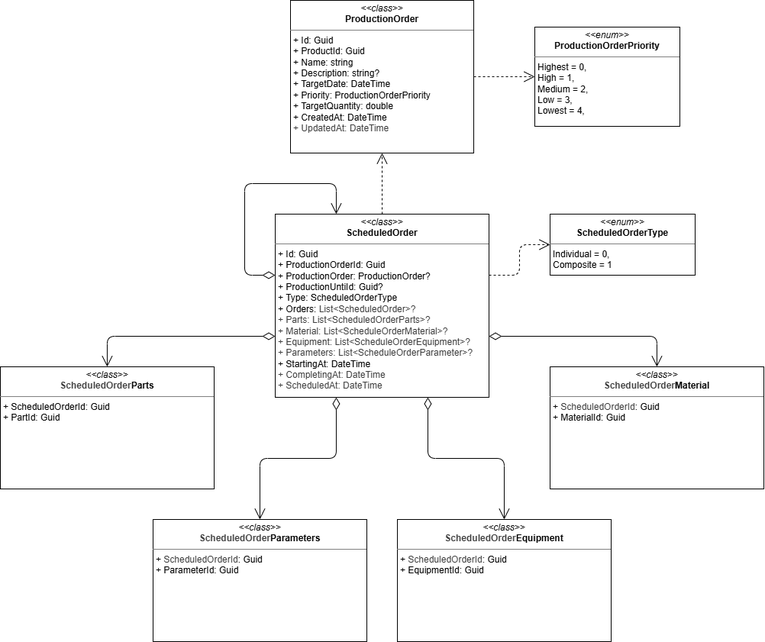
Before: docs/shared/production-management/production-scheduling/domain-cd.drawio.png, a diagram exported from draw.io (Nico1395/mes). Source tidied: cells renumbered, new cells last; positions are measured from the earlier drawing's top-left corner, leaving out a move shared by most shapes.
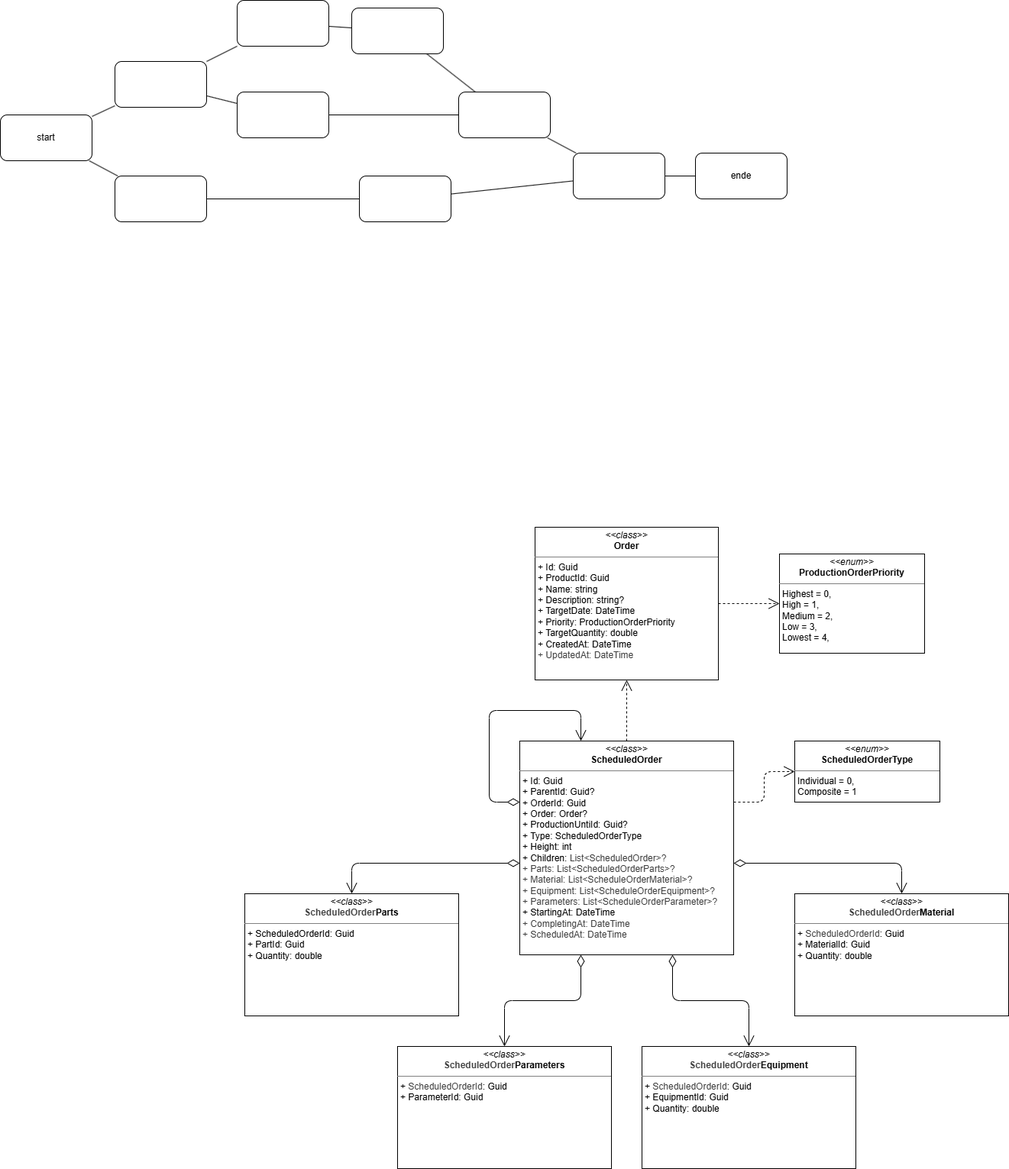
The same diagram one commit later.

The edit, as a diff of the source:
```diff
@@ -2,10 +2,10 @@
   <root>
     <mxCell id="0" />
     <mxCell id="1" parent="0" />
-    <mxCell id="2" value="&lt;p style=&quot;margin:0px;margin-top:4px;text-align:center;&quot;&gt;&lt;i&gt;&amp;lt;&amp;lt;class&amp;gt;&amp;gt;&lt;/i&gt;&lt;br&gt;&lt;b&gt;ScheduledOrder&lt;/b&gt;&lt;/p&gt;&lt;hr size=&quot;1&quot; style=&quot;border-style:solid;&quot;&gt;&lt;p style=&quot;margin:0px;margin-left:4px;&quot;&gt;+ Id: Guid&lt;/p&gt;&lt;p style=&quot;margin:0px;margin-left:4px;&quot;&gt;+ ProductionOrderId: Guid&lt;/p&gt;&lt;p style=&quot;margin:0px;margin-left:4px;&quot;&gt;+ ProductionOrder: ProductionOrder?&lt;/p&gt;&lt;p style=&quot;margin:0px;margin-left:4px;&quot;&gt;+ ProductionUntiId: Guid?&lt;/p&gt;&lt;p style=&quot;margin:0px;margin-left:4px;&quot;&gt;+ Type: ScheduledOrderType&lt;/p&gt;&lt;p style=&quot;margin:0px;margin-left:4px;&quot;&gt;+ Orders:&amp;nbsp;&lt;span style=&quot;color: rgb(63, 63, 63); background-color: transparent;&quot;&gt;List&amp;lt;ScheduledOrder&amp;gt;?&lt;/span&gt;&lt;/p&gt;&lt;p style=&quot;margin:0px;margin-left:4px;&quot;&gt;&lt;span style=&quot;color: rgb(63, 63, 63); background-color: transparent;&quot;&gt;+ Parts: List&amp;lt;ScheduledOrderParts&amp;gt;?&lt;/span&gt;&lt;/p&gt;&lt;p style=&quot;margin:0px;margin-left:4px;&quot;&gt;&lt;span style=&quot;color: rgb(63, 63, 63); background-color: transparent;&quot;&gt;+ Material: List&amp;lt;ScheduleOrderMaterial&amp;gt;?&lt;/span&gt;&lt;/p&gt;&lt;p style=&quot;margin:0px;margin-left:4px;&quot;&gt;&lt;span style=&quot;color: rgb(63, 63, 63); background-color: transparent;&quot;&gt;+ Equipment: List&amp;lt;ScheduleOrderEquipment&amp;gt;?&lt;/span&gt;&lt;/p&gt;&lt;p style=&quot;margin:0px;margin-left:4px;&quot;&gt;&lt;span style=&quot;color: rgb(63, 63, 63); background-color: transparent;&quot;&gt;+ Parameters: List&amp;lt;ScheduleOrderParameter&amp;gt;?&lt;/span&gt;&lt;/p&gt;&lt;p style=&quot;margin:0px;margin-left:4px;&quot;&gt;+ StartingAt: DateTime&lt;/p&gt;&lt;p style=&quot;margin:0px;margin-left:4px;&quot;&gt;&lt;span style=&quot;color: rgb(63, 63, 63); background-color: transparent;&quot;&gt;+ CompletingAt: DateTime&lt;/span&gt;&lt;/p&gt;&lt;p style=&quot;margin:0px;margin-left:4px;&quot;&gt;&lt;span style=&quot;color: rgb(63, 63, 63); background-color: transparent;&quot;&gt;+ ScheduledAt: DateTime&lt;/span&gt;&lt;/p&gt;" style="verticalAlign=top;align=left;overflow=fill;html=1;whiteSpace=wrap;" parent="1" vertex="1">
-      <mxGeometry x="360" y="280" width="280" height="240" as="geometry" />
+    <mxCell id="2" value="&lt;p style=&quot;margin:0px;margin-top:4px;text-align:center;&quot;&gt;&lt;i&gt;&amp;lt;&amp;lt;class&amp;gt;&amp;gt;&lt;/i&gt;&lt;br&gt;&lt;b&gt;ScheduledOrder&lt;/b&gt;&lt;/p&gt;&lt;hr size=&quot;1&quot; style=&quot;border-style:solid;&quot;&gt;&lt;p style=&quot;margin:0px;margin-left:4px;&quot;&gt;+ Id: Guid&lt;/p&gt;&lt;p style=&quot;margin:0px;margin-left:4px;&quot;&gt;+ ParentId: Guid?&lt;/p&gt;&lt;p style=&quot;margin:0px;margin-left:4px;&quot;&gt;+ OrderId: Guid&lt;/p&gt;&lt;p style=&quot;margin:0px;margin-left:4px;&quot;&gt;+ Order: Order?&lt;/p&gt;&lt;p style=&quot;margin:0px;margin-left:4px;&quot;&gt;+ ProductionUntiId: Guid?&lt;/p&gt;&lt;p style=&quot;margin:0px;margin-left:4px;&quot;&gt;+ Type: ScheduledOrderType&lt;/p&gt;&lt;p style=&quot;margin:0px;margin-left:4px;&quot;&gt;+ Height: int&lt;/p&gt;&lt;p style=&quot;margin:0px;margin-left:4px;&quot;&gt;+ Children:&amp;nbsp;&lt;span style=&quot;color: rgb(63, 63, 63); background-color: transparent;&quot;&gt;List&amp;lt;ScheduledOrder&amp;gt;?&lt;/span&gt;&lt;/p&gt;&lt;p style=&quot;margin:0px;margin-left:4px;&quot;&gt;&lt;span style=&quot;color: rgb(63, 63, 63); background-color: transparent;&quot;&gt;+ Parts: List&amp;lt;ScheduledOrderParts&amp;gt;?&lt;/span&gt;&lt;/p&gt;&lt;p style=&quot;margin:0px;margin-left:4px;&quot;&gt;&lt;span style=&quot;color: rgb(63, 63, 63); background-color: transparent;&quot;&gt;+ Material: List&amp;lt;ScheduleOrderMaterial&amp;gt;?&lt;/span&gt;&lt;/p&gt;&lt;p style=&quot;margin:0px;margin-left:4px;&quot;&gt;&lt;span style=&quot;color: rgb(63, 63, 63); background-color: transparent;&quot;&gt;+ Equipment: List&amp;lt;ScheduleOrderEquipment&amp;gt;?&lt;/span&gt;&lt;/p&gt;&lt;p style=&quot;margin:0px;margin-left:4px;&quot;&gt;&lt;span style=&quot;color: rgb(63, 63, 63); background-color: transparent;&quot;&gt;+ Parameters: List&amp;lt;ScheduleOrderParameter&amp;gt;?&lt;/span&gt;&lt;/p&gt;&lt;p style=&quot;margin:0px;margin-left:4px;&quot;&gt;+ StartingAt: DateTime&lt;/p&gt;&lt;p style=&quot;margin:0px;margin-left:4px;&quot;&gt;&lt;span style=&quot;color: rgb(63, 63, 63); background-color: transparent;&quot;&gt;+ CompletingAt: DateTime&lt;/span&gt;&lt;/p&gt;&lt;p style=&quot;margin:0px;margin-left:4px;&quot;&gt;&lt;span style=&quot;color: rgb(63, 63, 63); background-color: transparent;&quot;&gt;+ ScheduledAt: DateTime&lt;/span&gt;&lt;/p&gt;" style="verticalAlign=top;align=left;overflow=fill;html=1;whiteSpace=wrap;" parent="1" vertex="1">
+      <mxGeometry x="360" y="280" width="280" height="280" as="geometry" />
     </mxCell>
-    <mxCell id="3" value="&lt;p style=&quot;margin:0px;margin-top:4px;text-align:center;&quot;&gt;&lt;i&gt;&amp;lt;&amp;lt;class&amp;gt;&amp;gt;&lt;/i&gt;&lt;br&gt;&lt;b&gt;ProductionOrder&lt;/b&gt;&lt;/p&gt;&lt;hr size=&quot;1&quot; style=&quot;border-style:solid;&quot;&gt;&lt;p style=&quot;margin:0px;margin-left:4px;&quot;&gt;+ Id: Guid&lt;br&gt;+ ProductId: Guid&lt;/p&gt;&lt;p style=&quot;margin:0px;margin-left:4px;&quot;&gt;+ Name: string&lt;/p&gt;&lt;p style=&quot;margin:0px;margin-left:4px;&quot;&gt;+ Description: string?&lt;/p&gt;&lt;p style=&quot;margin:0px;margin-left:4px;&quot;&gt;+ TargetDate: DateTime&lt;/p&gt;&lt;p style=&quot;margin:0px;margin-left:4px;&quot;&gt;+ Priority: ProductionOrderPriority&lt;/p&gt;&lt;p style=&quot;margin:0px;margin-left:4px;&quot;&gt;+ TargetQuantity: double&lt;/p&gt;&lt;p style=&quot;margin:0px;margin-left:4px;&quot;&gt;+ CreatedAt: DateTime&lt;/p&gt;&lt;p style=&quot;margin:0px;margin-left:4px;&quot;&gt;&lt;span style=&quot;color: rgb(63, 63, 63); background-color: transparent;&quot;&gt;+ UpdatedAt: DateTime&lt;/span&gt;&lt;/p&gt;" style="verticalAlign=top;align=left;overflow=fill;html=1;whiteSpace=wrap;" parent="1" vertex="1">
+    <mxCell id="3" value="&lt;p style=&quot;margin:0px;margin-top:4px;text-align:center;&quot;&gt;&lt;i&gt;&amp;lt;&amp;lt;class&amp;gt;&amp;gt;&lt;/i&gt;&lt;br&gt;&lt;b&gt;Order&lt;/b&gt;&lt;/p&gt;&lt;hr size=&quot;1&quot; style=&quot;border-style:solid;&quot;&gt;&lt;p style=&quot;margin:0px;margin-left:4px;&quot;&gt;+ Id: Guid&lt;br&gt;+ ProductId: Guid&lt;/p&gt;&lt;p style=&quot;margin:0px;margin-left:4px;&quot;&gt;+ Name: string&lt;/p&gt;&lt;p style=&quot;margin:0px;margin-left:4px;&quot;&gt;+ Description: string?&lt;/p&gt;&lt;p style=&quot;margin:0px;margin-left:4px;&quot;&gt;+ TargetDate: DateTime&lt;/p&gt;&lt;p style=&quot;margin:0px;margin-left:4px;&quot;&gt;+ Priority: ProductionOrderPriority&lt;/p&gt;&lt;p style=&quot;margin:0px;margin-left:4px;&quot;&gt;+ TargetQuantity: double&lt;/p&gt;&lt;p style=&quot;margin:0px;margin-left:4px;&quot;&gt;+ CreatedAt: DateTime&lt;/p&gt;&lt;p style=&quot;margin:0px;margin-left:4px;&quot;&gt;&lt;span style=&quot;color: rgb(63, 63, 63); background-color: transparent;&quot;&gt;+ UpdatedAt: DateTime&lt;/span&gt;&lt;/p&gt;" style="verticalAlign=top;align=left;overflow=fill;html=1;whiteSpace=wrap;" parent="1" vertex="1">
       <mxGeometry x="380" width="240" height="200" as="geometry" />
     </mxCell>
     <mxCell id="4" value="&lt;p style=&quot;margin:0px;margin-top:4px;text-align:center;&quot;&gt;&lt;i&gt;&amp;lt;&amp;lt;enum&amp;gt;&amp;gt;&lt;/i&gt;&lt;br&gt;&lt;b&gt;ProductionOrderPriority&lt;/b&gt;&lt;/p&gt;&lt;hr size=&quot;1&quot; style=&quot;border-style:solid;&quot;&gt;&lt;p style=&quot;margin:0px;margin-left:4px;&quot;&gt;Highest = 0,&lt;/p&gt;&lt;p style=&quot;margin:0px;margin-left:4px;&quot;&gt;High = 1,&lt;/p&gt;&lt;p style=&quot;margin:0px;margin-left:4px;&quot;&gt;Medium = 2,&lt;/p&gt;&lt;p style=&quot;margin:0px;margin-left:4px;&quot;&gt;Low = 3,&lt;/p&gt;&lt;p style=&quot;margin:0px;margin-left:4px;&quot;&gt;Lowest = 4,&lt;/p&gt;" style="verticalAlign=top;align=left;overflow=fill;html=1;whiteSpace=wrap;" parent="1" vertex="1">
@@ -14,13 +14,13 @@
     <mxCell id="5" value="&lt;p style=&quot;margin:0px;margin-top:4px;text-align:center;&quot;&gt;&lt;i&gt;&amp;lt;&amp;lt;enum&amp;gt;&amp;gt;&lt;/i&gt;&lt;br&gt;&lt;b&gt;ScheduledOrderType&lt;/b&gt;&lt;/p&gt;&lt;hr size=&quot;1&quot; style=&quot;border-style:solid;&quot;&gt;&lt;p style=&quot;margin:0px;margin-left:4px;&quot;&gt;Individual = 0,&lt;/p&gt;&lt;p style=&quot;margin:0px;margin-left:4px;&quot;&gt;Composite = 1&lt;/p&gt;" style="verticalAlign=top;align=left;overflow=fill;html=1;whiteSpace=wrap;" parent="1" vertex="1">
       <mxGeometry x="720" y="280" width="190" height="80" as="geometry" />
     </mxCell>
-    <mxCell id="6" value="&lt;p style=&quot;margin:0px;margin-top:4px;text-align:center;&quot;&gt;&lt;i&gt;&amp;lt;&amp;lt;class&amp;gt;&amp;gt;&lt;/i&gt;&lt;br&gt;&lt;b style=&quot;color: rgb(63, 63, 63); scrollbar-color: rgb(226, 226, 226) rgb(251, 251, 251);&quot;&gt;ScheduledOrder&lt;/b&gt;&lt;b&gt;Parts&lt;/b&gt;&lt;/p&gt;&lt;hr size=&quot;1&quot; style=&quot;border-style:solid;&quot;&gt;&lt;p style=&quot;margin:0px;margin-left:4px;&quot;&gt;+ ScheduledOrderId: Guid&lt;/p&gt;&lt;p style=&quot;margin:0px;margin-left:4px;&quot;&gt;+ PartId: Guid&lt;/p&gt;" style="verticalAlign=top;align=left;overflow=fill;html=1;whiteSpace=wrap;" parent="1" vertex="1">
+    <mxCell id="6" value="&lt;p style=&quot;margin:0px;margin-top:4px;text-align:center;&quot;&gt;&lt;i&gt;&amp;lt;&amp;lt;class&amp;gt;&amp;gt;&lt;/i&gt;&lt;br&gt;&lt;b style=&quot;color: rgb(63, 63, 63); scrollbar-color: rgb(226, 226, 226) rgb(251, 251, 251);&quot;&gt;ScheduledOrder&lt;/b&gt;&lt;b&gt;Parts&lt;/b&gt;&lt;/p&gt;&lt;hr size=&quot;1&quot; style=&quot;border-style:solid;&quot;&gt;&lt;p style=&quot;margin:0px;margin-left:4px;&quot;&gt;+ ScheduledOrderId: Guid&lt;/p&gt;&lt;p style=&quot;margin:0px;margin-left:4px;&quot;&gt;+ PartId: Guid&lt;/p&gt;&lt;p style=&quot;margin:0px;margin-left:4px;&quot;&gt;+ Quantity: double&lt;/p&gt;" style="verticalAlign=top;align=left;overflow=fill;html=1;whiteSpace=wrap;" parent="1" vertex="1">
       <mxGeometry y="480" width="280" height="160" as="geometry" />
     </mxCell>
-    <mxCell id="7" value="&lt;p style=&quot;margin:0px;margin-top:4px;text-align:center;&quot;&gt;&lt;i&gt;&amp;lt;&amp;lt;class&amp;gt;&amp;gt;&lt;/i&gt;&lt;br&gt;&lt;b style=&quot;scrollbar-color: rgb(226, 226, 226) rgb(251, 251, 251); color: rgb(63, 63, 63);&quot;&gt;ScheduledOrder&lt;/b&gt;&lt;b&gt;Material&lt;/b&gt;&lt;/p&gt;&lt;hr size=&quot;1&quot; style=&quot;border-style:solid;&quot;&gt;&lt;p style=&quot;margin:0px;margin-left:4px;&quot;&gt;+&amp;nbsp;&lt;span style=&quot;color: rgb(63, 63, 63);&quot;&gt;ScheduledOrderId&lt;/span&gt;: Guid&lt;/p&gt;&lt;p style=&quot;margin:0px;margin-left:4px;&quot;&gt;+ MaterialId: Guid&lt;/p&gt;" style="verticalAlign=top;align=left;overflow=fill;html=1;whiteSpace=wrap;" parent="1" vertex="1">
+    <mxCell id="7" value="&lt;p style=&quot;margin:0px;margin-top:4px;text-align:center;&quot;&gt;&lt;i&gt;&amp;lt;&amp;lt;class&amp;gt;&amp;gt;&lt;/i&gt;&lt;br&gt;&lt;b style=&quot;scrollbar-color: rgb(226, 226, 226) rgb(251, 251, 251); color: rgb(63, 63, 63);&quot;&gt;ScheduledOrder&lt;/b&gt;&lt;b&gt;Material&lt;/b&gt;&lt;/p&gt;&lt;hr size=&quot;1&quot; style=&quot;border-style:solid;&quot;&gt;&lt;p style=&quot;margin:0px;margin-left:4px;&quot;&gt;+&amp;nbsp;&lt;span style=&quot;color: rgb(63, 63, 63);&quot;&gt;ScheduledOrderId&lt;/span&gt;: Guid&lt;/p&gt;&lt;p style=&quot;margin:0px;margin-left:4px;&quot;&gt;+ MaterialId: Guid&lt;/p&gt;&lt;p style=&quot;margin:0px;margin-left:4px;&quot;&gt;+ Quantity: double&lt;/p&gt;" style="verticalAlign=top;align=left;overflow=fill;html=1;whiteSpace=wrap;" parent="1" vertex="1">
       <mxGeometry x="720" y="480" width="280" height="160" as="geometry" />
     </mxCell>
-    <mxCell id="8" value="&lt;p style=&quot;margin:0px;margin-top:4px;text-align:center;&quot;&gt;&lt;i&gt;&amp;lt;&amp;lt;class&amp;gt;&amp;gt;&lt;/i&gt;&lt;br&gt;&lt;b style=&quot;scrollbar-color: rgb(226, 226, 226) rgb(251, 251, 251); color: rgb(63, 63, 63);&quot;&gt;ScheduledOrder&lt;/b&gt;&lt;b&gt;Equipment&lt;/b&gt;&lt;/p&gt;&lt;hr size=&quot;1&quot; style=&quot;border-style:solid;&quot;&gt;&lt;p style=&quot;margin:0px;margin-left:4px;&quot;&gt;+&amp;nbsp;&lt;span style=&quot;color: rgb(63, 63, 63);&quot;&gt;ScheduledOrderId&lt;/span&gt;: Guid&lt;/p&gt;&lt;p style=&quot;margin:0px;margin-left:4px;&quot;&gt;+ EquipmentId: Guid&lt;/p&gt;" style="verticalAlign=top;align=left;overflow=fill;html=1;whiteSpace=wrap;" parent="1" vertex="1">
+    <mxCell id="8" value="&lt;p style=&quot;margin:0px;margin-top:4px;text-align:center;&quot;&gt;&lt;i&gt;&amp;lt;&amp;lt;class&amp;gt;&amp;gt;&lt;/i&gt;&lt;br&gt;&lt;b style=&quot;scrollbar-color: rgb(226, 226, 226) rgb(251, 251, 251); color: rgb(63, 63, 63);&quot;&gt;ScheduledOrder&lt;/b&gt;&lt;b&gt;Equipment&lt;/b&gt;&lt;/p&gt;&lt;hr size=&quot;1&quot; style=&quot;border-style:solid;&quot;&gt;&lt;p style=&quot;margin:0px;margin-left:4px;&quot;&gt;+&amp;nbsp;&lt;span style=&quot;color: rgb(63, 63, 63);&quot;&gt;ScheduledOrderId&lt;/span&gt;: Guid&lt;/p&gt;&lt;p style=&quot;margin:0px;margin-left:4px;&quot;&gt;+ EquipmentId: Guid&lt;/p&gt;&lt;p style=&quot;margin:0px;margin-left:4px;&quot;&gt;+ Quantity: double&lt;/p&gt;" style="verticalAlign=top;align=left;overflow=fill;html=1;whiteSpace=wrap;" parent="1" vertex="1">
       <mxGeometry x="520" y="680" width="280" height="160" as="geometry" />
     </mxCell>
     <mxCell id="9" value="&lt;p style=&quot;margin:0px;margin-top:4px;text-align:center;&quot;&gt;&lt;i&gt;&amp;lt;&amp;lt;class&amp;gt;&amp;gt;&lt;/i&gt;&lt;br&gt;&lt;b style=&quot;scrollbar-color: rgb(226, 226, 226) rgb(251, 251, 251); color: rgb(63, 63, 63);&quot;&gt;ScheduledOrder&lt;/b&gt;&lt;b&gt;Parameters&lt;/b&gt;&lt;/p&gt;&lt;hr size=&quot;1&quot; style=&quot;border-style:solid;&quot;&gt;&lt;p style=&quot;margin:0px;margin-left:4px;&quot;&gt;+&amp;nbsp;&lt;span style=&quot;color: rgb(63, 63, 63);&quot;&gt;ScheduledOrderId&lt;/span&gt;: Guid&lt;/p&gt;&lt;p style=&quot;margin:0px;margin-left:4px;&quot;&gt;+ ParameterId: Guid&lt;/p&gt;" style="verticalAlign=top;align=left;overflow=fill;html=1;whiteSpace=wrap;" parent="1" vertex="1">
@@ -43,16 +43,16 @@
     <mxCell id="12" style="endArrow=open;html=1;endSize=12;startArrow=diamondThin;startSize=14;startFill=0;align=left;verticalAlign=bottom;edgeStyle=orthogonalEdgeStyle;" parent="1" edge="1" source="2" target="9">
       <mxGeometry x="-1" y="3" relative="1" as="geometry">
         <Array as="points">
-          <mxPoint x="440" y="600" />
-          <mxPoint x="340" y="600" />
+          <mxPoint x="440" y="620" />
+          <mxPoint x="340" y="620" />
         </Array>
       </mxGeometry>
     </mxCell>
     <mxCell id="13" style="endArrow=open;html=1;endSize=12;startArrow=diamondThin;startSize=14;startFill=0;align=left;verticalAlign=bottom;edgeStyle=orthogonalEdgeStyle;" parent="1" edge="1" source="2" target="8">
       <mxGeometry x="-1" y="3" relative="1" as="geometry">
         <Array as="points">
-          <mxPoint x="560" y="600" />
-          <mxPoint x="660" y="600" />
+          <mxPoint x="560" y="620" />
+          <mxPoint x="660" y="620" />
         </Array>
       </mxGeometry>
     </mxCell>
@@ -79,5 +79,68 @@
         </Array>
       </mxGeometry>
     </mxCell>
+    <mxCell id="18" value="start" style="rounded=1;whiteSpace=wrap;html=1;" parent="1" vertex="1">
+      <mxGeometry x="-320" y="-540" width="120" height="60" as="geometry" />
+    </mxCell>
+    <mxCell id="19" style="rounded=1;whiteSpace=wrap;html=1;" parent="1" vertex="1">
+      <mxGeometry x="-170" y="-610" width="120" height="60" as="geometry" />
+    </mxCell>
+    <mxCell id="20" style="rounded=1;whiteSpace=wrap;html=1;" parent="1" vertex="1">
+      <mxGeometry x="-170" y="-460" width="120" height="60" as="geometry" />
+    </mxCell>
+    <mxCell id="21" style="rounded=1;whiteSpace=wrap;html=1;" parent="1" vertex="1">
+      <mxGeometry x="-10" y="-690" width="120" height="60" as="geometry" />
+    </mxCell>
+    <mxCell id="22" style="rounded=1;whiteSpace=wrap;html=1;" parent="1" vertex="1">
+      <mxGeometry x="-10" y="-570" width="120" height="60" as="geometry" />
+    </mxCell>
+    <mxCell id="23" value="ende" style="rounded=1;whiteSpace=wrap;html=1;" parent="1" vertex="1">
+      <mxGeometry x="590" y="-490" width="120" height="60" as="geometry" />
+    </mxCell>
+    <mxCell id="24" style="endArrow=none;html=1;" parent="1" edge="1" source="18" target="19">
+      <mxGeometry relative="1" as="geometry" />
+    </mxCell>
+    <mxCell id="25" style="endArrow=none;html=1;" parent="1" edge="1" source="18" target="20">
+      <mxGeometry relative="1" as="geometry" />
+    </mxCell>
+    <mxCell id="26" style="rounded=1;whiteSpace=wrap;html=1;" parent="1" vertex="1">
+      <mxGeometry x="140" y="-680" width="120" height="60" as="geometry" />
+    </mxCell>
+    <mxCell id="27" style="rounded=1;whiteSpace=wrap;html=1;" parent="1" vertex="1">
+      <mxGeometry x="280" y="-570" width="120" height="60" as="geometry" />
+    </mxCell>
+    <mxCell id="28" style="rounded=1;whiteSpace=wrap;html=1;" parent="1" vertex="1">
+      <mxGeometry x="150" y="-460" width="120" height="60" as="geometry" />
+    </mxCell>
+    <mxCell id="29" style="rounded=1;whiteSpace=wrap;html=1;" parent="1" vertex="1">
+      <mxGeometry x="430" y="-490" width="120" height="60" as="geometry" />
+    </mxCell>
+    <mxCell id="30" style="endArrow=none;html=1;" parent="1" edge="1" source="19" target="21">
+      <mxGeometry relative="1" as="geometry" />
+    </mxCell>
+    <mxCell id="31" style="endArrow=none;html=1;" parent="1" edge="1" source="19" target="22">
+      <mxGeometry relative="1" as="geometry" />
+    </mxCell>
+    <mxCell id="32" style="endArrow=none;html=1;" parent="1" edge="1" source="22" target="27">
+      <mxGeometry relative="1" as="geometry" />
+    </mxCell>
+    <mxCell id="33" style="endArrow=none;html=1;" parent="1" edge="1" source="21" target="26">
+      <mxGeometry relative="1" as="geometry" />
+    </mxCell>
+    <mxCell id="34" style="endArrow=none;html=1;" parent="1" edge="1" source="26" target="27">
+      <mxGeometry relative="1" as="geometry" />
+    </mxCell>
+    <mxCell id="35" style="endArrow=none;html=1;" parent="1" edge="1" source="28" target="29">
+      <mxGeometry relative="1" as="geometry" />
+    </mxCell>
+    <mxCell id="36" style="endArrow=none;html=1;" parent="1" edge="1" source="20" target="28">
+      <mxGeometry relative="1" as="geometry" />
+    </mxCell>
+    <mxCell id="37" style="endArrow=none;html=1;" parent="1" edge="1" source="29" target="23">
+      <mxGeometry relative="1" as="geometry" />
+    </mxCell>
+    <mxCell id="38" style="endArrow=none;html=1;" parent="1" edge="1" source="27" target="29">
+      <mxGeometry relative="1" as="geometry" />
+    </mxCell>
   </root>
 </mxGraphModel>
```
